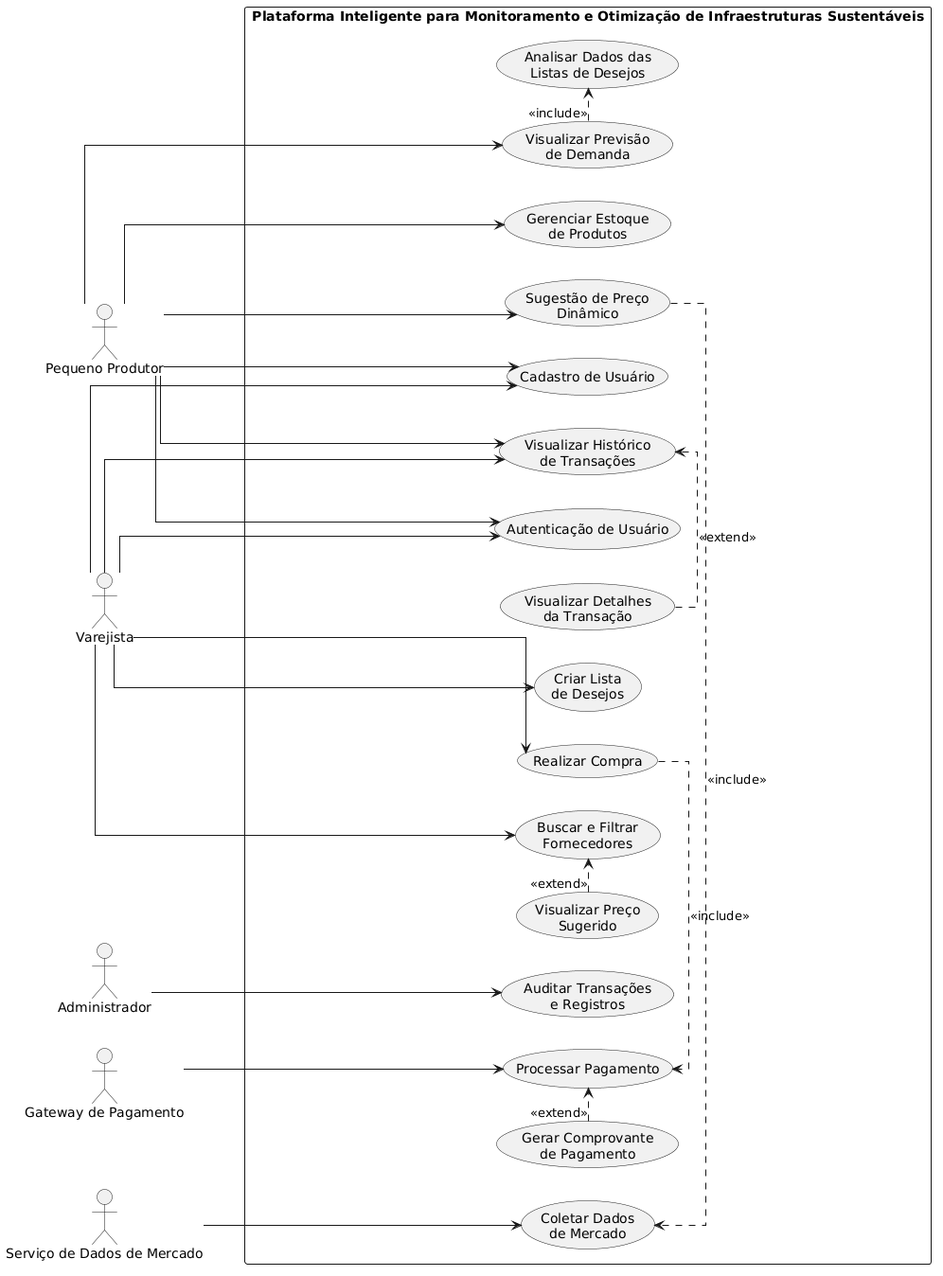
Above: attachments/uml_casos_de_uso.png in nahel-argama/PI_III_2026_TB_BAD_THREE_PI (PlantUML), before the change. Its diagram source:
```plantuml
@startuml
left to right direction

skinparam packageStyle rectangle
skinparam shadowing false
skinparam actorStyle stickman
skinparam linetype ortho

actor "Pequeno Produtor" as Produtor
actor "Varejista" as Varejista
actor "Administrador" as Admin
actor "Gateway de Pagamento" as Gateway
actor "Serviço de Dados de Mercado" as Mercado

rectangle "Plataforma Inteligente para Monitoramento e Otimização de Infraestruturas Sustentáveis" {

  usecase "Cadastro de Usuário" as UC01
  usecase "Autenticação de Usuário" as UC02
  usecase "Gerenciar Estoque\nde Produtos" as UC03
  usecase "Criar Lista\nde Desejos" as UC04
  usecase "Buscar e Filtrar\nFornecedores" as UC05
  usecase "Visualizar Previsão\nde Demanda" as UC06
  usecase "Sugestão de Preço\nDinâmico" as UC07
  usecase "Realizar Compra" as UC08
  usecase "Processar Pagamento" as UC09
  usecase "Gerar Comprovante\nde Pagamento" as UC11
  usecase "Visualizar Histórico\nde Transações" as UC10
  usecase "Auditar Transações\ne Registros" as UC12
  usecase "Coletar Dados\nde Mercado" as UCA2
  usecase "Analisar Dados das\nListas de Desejos" as UCA3
  usecase "Visualizar Detalhes\nda Transação" as UCA4
  usecase "Visualizar Preço\nSugerido" as UC05A
}

Produtor --> UC01
Produtor --> UC02
Produtor --> UC03
Produtor --> UC06
Produtor --> UC07
Produtor --> UC10

Varejista --> UC01
Varejista --> UC02
Varejista --> UC04
Varejista --> UC05
Varejista --> UC08
Varejista --> UC10

Admin --> UC12
Gateway --> UC09
Mercado --> UCA2

UC08 .> UC09 : <<include>>
UC06 .> UCA3 : <<include>>
UC07 .> UCA2 : <<include>>

UC05A .> UC05 : <<extend>>
UC11 .> UC09 : <<extend>>
UCA4 .> UC10 : <<extend>>
@enduml
```
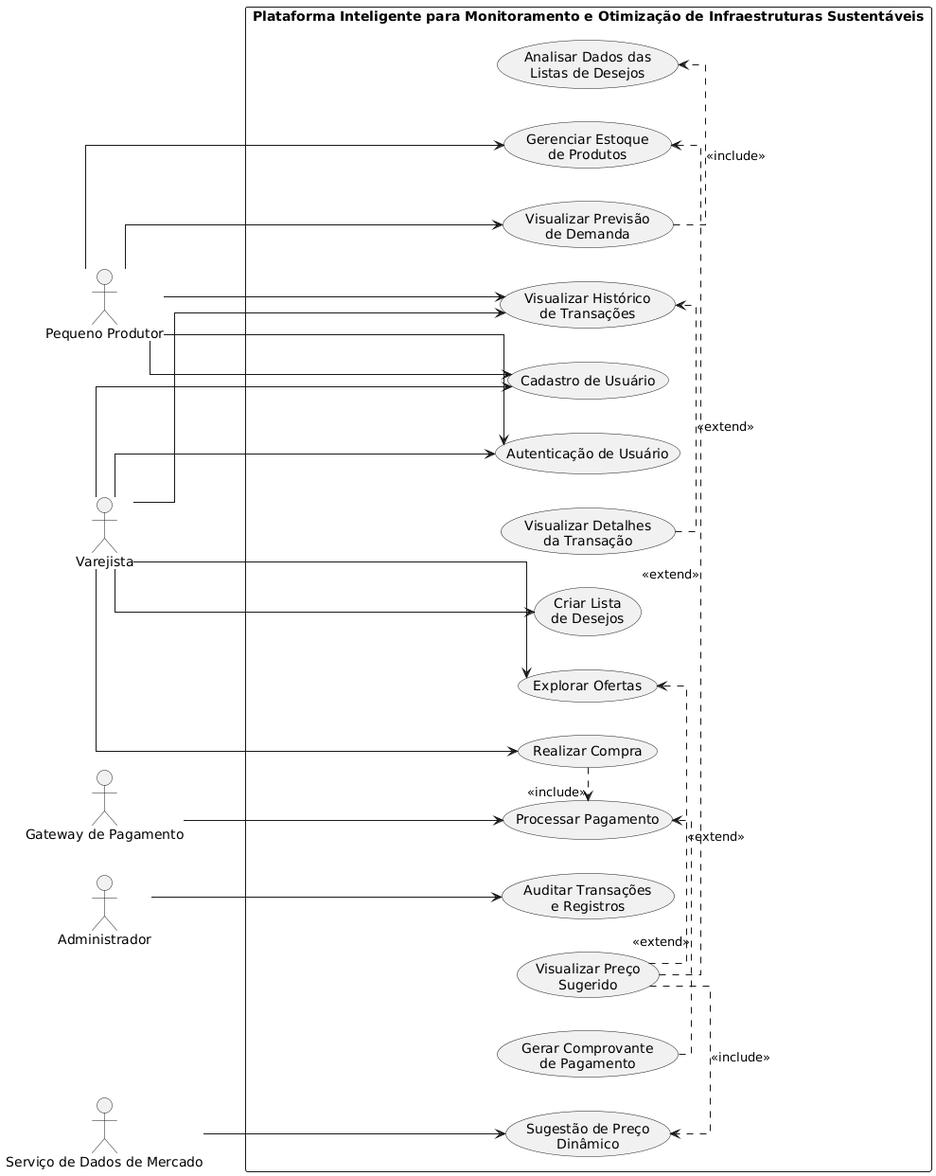
Above is the later version.

The edit, as a diff of the source:
```diff
@@ -18,7 +18,7 @@
   usecase "Autenticação de Usuário" as UC02
   usecase "Gerenciar Estoque\nde Produtos" as UC03
   usecase "Criar Lista\nde Desejos" as UC04
-  usecase "Buscar e Filtrar\nFornecedores" as UC05
+  usecase "Explorar Ofertas" as UC05
   usecase "Visualizar Previsão\nde Demanda" as UC06
   usecase "Sugestão de Preço\nDinâmico" as UC07
   usecase "Realizar Compra" as UC08
@@ -26,7 +26,6 @@
   usecase "Gerar Comprovante\nde Pagamento" as UC11
   usecase "Visualizar Histórico\nde Transações" as UC10
   usecase "Auditar Transações\ne Registros" as UC12
-  usecase "Coletar Dados\nde Mercado" as UCA2
   usecase "Analisar Dados das\nListas de Desejos" as UCA3
   usecase "Visualizar Detalhes\nda Transação" as UCA4
   usecase "Visualizar Preço\nSugerido" as UC05A
@@ -36,7 +35,6 @@
 Produtor --> UC02
 Produtor --> UC03
 Produtor --> UC06
-Produtor --> UC07
 Produtor --> UC10
 
 Varejista --> UC01
@@ -48,13 +46,16 @@
 
 Admin --> UC12
 Gateway --> UC09
-Mercado --> UCA2
+Mercado --> UC07
 
 UC08 .> UC09 : <<include>>
 UC06 .> UCA3 : <<include>>
-UC07 .> UCA2 : <<include>>
 
+UC05A .> UC07 : <<include>>
+
+UC05A .> UC03 : <<extend>>
 UC05A .> UC05 : <<extend>>
+
 UC11 .> UC09 : <<extend>>
 UCA4 .> UC10 : <<extend>>
 @enduml
```
